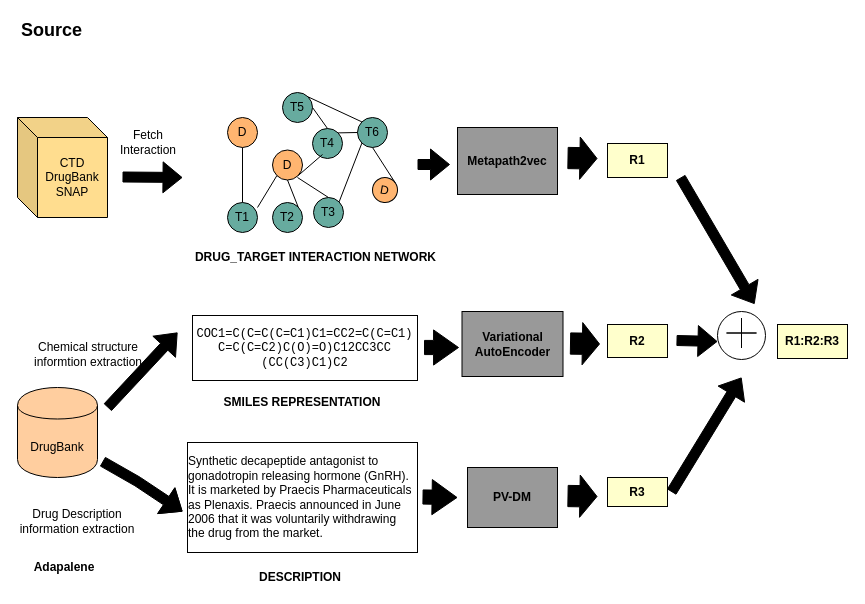
Above: bibe.drawio in Ishani-Mondal/COREF (draw.io), before the change. Source tidied: cells renumbered, new cells numbered last; positions are measured from the earlier drawing's top-left corner, leaving out a move shared by most shapes. Both pictures are drawn from the tidied source at 100%, with x=0, y=0 at pixel (17, 17).
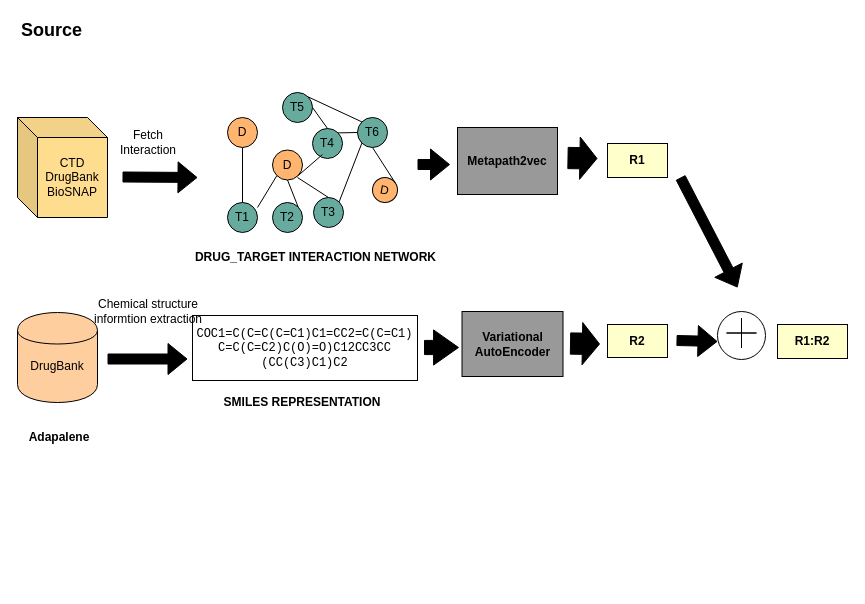
Above is the later version.

Diff of the diagram source:
```diff
@@
     <mxCell id="2" style="shape=cylinder;whiteSpace=wrap;html=1;boundedLbl=1;backgroundOutline=1;fillColor=#FFCE9F;" parent="1" vertex="1">
-      <mxGeometry y="370" width="80" height="90" as="geometry" />
+      <mxGeometry y="295" width="80" height="90" as="geometry" />
     </mxCell>
     <mxCell id="3" value="&lt;b&gt;Adapalene&lt;/b&gt;" style="text;html=1;strokeColor=none;fillColor=none;align=center;verticalAlign=middle;whiteSpace=wrap;rounded=0;" parent="1" vertex="1">
-      <mxGeometry x="7" y="540" width="80" height="20" as="geometry" />
+      <mxGeometry x="2" y="410" width="80" height="20" as="geometry" />
     </mxCell>
@@
     <mxCell id="5" style="shape=flexArrow;endArrow=classic;html=1;fillColor=#000000;" parent="1" edge="1">
       <mxGeometry relative="1" as="geometry">
-        <mxPoint x="90" y="390" as="sourcePoint" />
-        <mxPoint x="160" y="315" as="targetPoint" />
+        <mxPoint x="90" y="341.5" as="sourcePoint" />
+        <mxPoint x="170" y="341.5" as="targetPoint" />
       </mxGeometry>
     </mxCell>
-    <mxCell id="6" style="shape=flexArrow;endArrow=classic;html=1;fillColor=#000000;" parent="1" edge="1">
-      <mxGeometry relative="1" as="geometry">
-        <mxPoint x="85" y="444" as="sourcePoint" />
-        <mxPoint x="165" y="494" as="targetPoint" />
-        <Array as="points">
-          <mxPoint x="120" y="464" />
-        </Array>
-      </mxGeometry>
-    </mxCell>
-    <mxCell id="7" value="&lt;div align=&quot;left&quot;&gt;Synthetic decapeptide antagonist to gonadotropin releasing hormone (GnRH). It is marketed by Praecis Pharmaceuticals as Plenaxis. Praecis announced in June 2006 that it was voluntarily withdrawing the drug from the market.&lt;/div&gt;" style="rounded=0;whiteSpace=wrap;html=1;" parent="1" vertex="1">
-      <mxGeometry x="170" y="425" width="230" height="110" as="geometry" />
-    </mxCell>
     <mxCell id="8" value="DrugBank" style="text;html=1;strokeColor=none;fillColor=none;align=center;verticalAlign=middle;whiteSpace=wrap;rounded=0;" parent="1" vertex="1">
-      <mxGeometry x="20" y="420" width="40" height="20" as="geometry" />
+      <mxGeometry x="20" y="339" width="40" height="20" as="geometry" />
     </mxCell>
-    <mxCell id="9" value="&lt;div&gt;CTD&lt;/div&gt;&lt;div&gt;DrugBank&lt;/div&gt;&lt;div&gt;SNAP&lt;br&gt;&lt;/div&gt;" style="shape=cube;whiteSpace=wrap;html=1;boundedLbl=1;backgroundOutline=1;darkOpacity=0.05;darkOpacity2=0.1;fillColor=#FFDD8F;" parent="1" vertex="1">
+    <mxCell id="9" value="&lt;div&gt;CTD&lt;/div&gt;&lt;div&gt;DrugBank&lt;/div&gt;&lt;div&gt;BioSNAP&lt;br&gt;&lt;/div&gt;" style="shape=cube;whiteSpace=wrap;html=1;boundedLbl=1;backgroundOutline=1;darkOpacity=0.05;darkOpacity2=0.1;fillColor=#FFDD8F;" parent="1" vertex="1">
       <mxGeometry y="100" width="90" height="100" as="geometry" />
     </mxCell>
     <mxCell id="10" style="shape=flexArrow;endArrow=classic;html=1;fillColor=#000000;" parent="1" edge="1">
       <mxGeometry relative="1" as="geometry">
         <mxPoint x="105" y="159.5" as="sourcePoint" />
-        <mxPoint x="165" y="160" as="targetPoint" />
+        <mxPoint x="180" y="160" as="targetPoint" />
       </mxGeometry>
     </mxCell>
-    <mxCell id="11" value="&lt;b&gt;DESCRIPTION&lt;br&gt;&lt;/b&gt;" style="text;html=1;strokeColor=none;fillColor=none;align=center;verticalAlign=middle;whiteSpace=wrap;rounded=0;" parent="1" vertex="1">
-      <mxGeometry x="177.5" y="550" width="210" height="20" as="geometry" />
-    </mxCell>
@@
-    <mxCell id="14" value="&lt;b&gt;PV-DM&lt;/b&gt;" style="rounded=0;whiteSpace=wrap;html=1;fillColor=#999999;" parent="1" vertex="1">
-      <mxGeometry x="450" y="450" width="90" height="60" as="geometry" />
-    </mxCell>
@@
-    <mxCell id="16" style="shape=flexArrow;endArrow=classic;html=1;width=14.166666666666668;endSize=7.9750000000000005;fillColor=#000000;" parent="1" edge="1">
-      <mxGeometry relative="1" as="geometry">
-        <mxPoint x="405" y="479.5" as="sourcePoint" />
-        <mxPoint x="440" y="480" as="targetPoint" />
-      </mxGeometry>
-    </mxCell>
     <mxCell id="17" value="Chemical structure informtion extraction" style="text;html=1;strokeColor=none;fillColor=none;align=center;verticalAlign=middle;whiteSpace=wrap;rounded=0;" parent="1" vertex="1">
-      <mxGeometry x="10.5" y="326.5" width="120" height="20" as="geometry" />
+      <mxGeometry x="70.5" y="284" width="120" height="20" as="geometry" />
     </mxCell>
-    <mxCell id="18" value="Drug Description information extraction" style="text;html=1;strokeColor=none;fillColor=none;align=center;verticalAlign=middle;whiteSpace=wrap;rounded=0;" parent="1" vertex="1">
-      <mxGeometry y="489" width="120" height="30" as="geometry" />
-    </mxCell>
@@
-    <mxCell id="20" value="&lt;b&gt;R3&lt;/b&gt;" style="rounded=0;whiteSpace=wrap;html=1;fillColor=#FFFFCC;" parent="1" vertex="1">
-      <mxGeometry x="590" y="460" width="60" height="29" as="geometry" />
-    </mxCell>
@@
-    <mxCell id="48" style="shape=flexArrow;endArrow=classic;html=1;width=21.25;endSize=5.374999999999999;fillColor=#000000;" parent="1" edge="1">
-      <mxGeometry relative="1" as="geometry">
-        <mxPoint x="550" y="478.5" as="sourcePoint" />
-        <mxPoint x="580" y="479" as="targetPoint" />
-      </mxGeometry>
-    </mxCell>
@@
     <mxCell id="52" style="shape=flexArrow;endArrow=classic;html=1;fillColor=#000000;" parent="1" edge="1">
       <mxGeometry relative="1" as="geometry">
         <mxPoint x="663" y="160" as="sourcePoint" />
-        <mxPoint x="737" y="286.5" as="targetPoint" />
+        <mxPoint x="720" y="270" as="targetPoint" />
       </mxGeometry>
     </mxCell>
-    <mxCell id="53" value="&lt;b&gt;R1:R2:R3&lt;/b&gt;" style="rounded=0;whiteSpace=wrap;html=1;fillColor=#FFFFCC;" parent="1" vertex="1">
+    <mxCell id="53" value="&lt;b&gt;R1:R2&lt;/b&gt;" style="rounded=0;whiteSpace=wrap;html=1;fillColor=#FFFFCC;" parent="1" vertex="1">
       <mxGeometry x="760" y="307" width="70" height="34" as="geometry" />
     </mxCell>
-    <mxCell id="54" style="shape=flexArrow;endArrow=classic;html=1;fillColor=#000000;" parent="1" edge="1">
-      <mxGeometry relative="1" as="geometry">
-        <mxPoint x="654" y="474.5" as="sourcePoint" />
-        <mxPoint x="724" y="360" as="targetPoint" />
-      </mxGeometry>
-    </mxCell>
```
